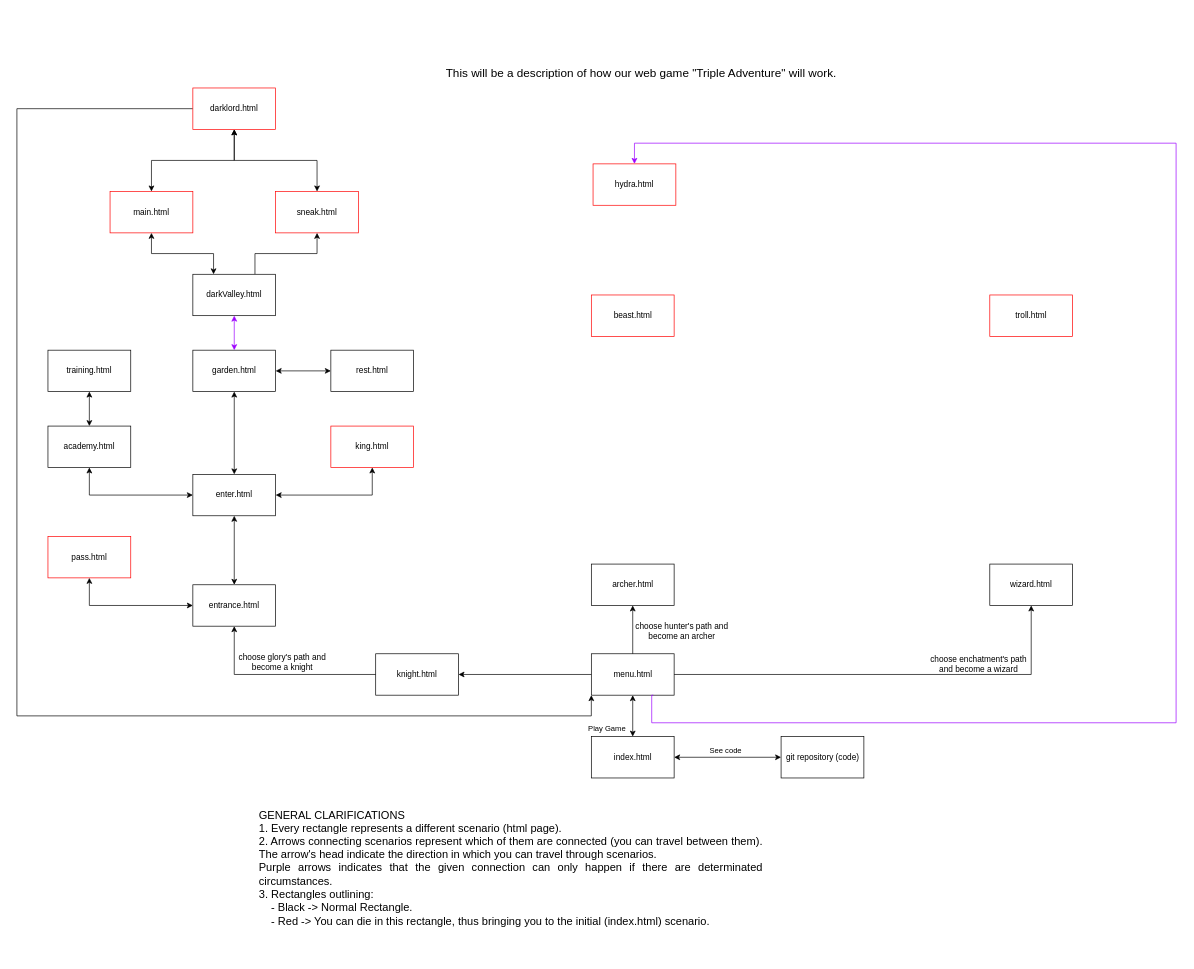
Earlier version of the draw.io diagram Diagram/GameDiagram.drawio (Enrikkk/CSCI-4208---Developing-Advanced-Web-Applications). Source tidied: cells renumbered, new cells numbered last; positions are measured from the earlier drawing's top-left corner, leaving out a move shared by most shapes. Both pictures are drawn from the tidied source at 69%, with x=0, y=0 at pixel (17, 53).
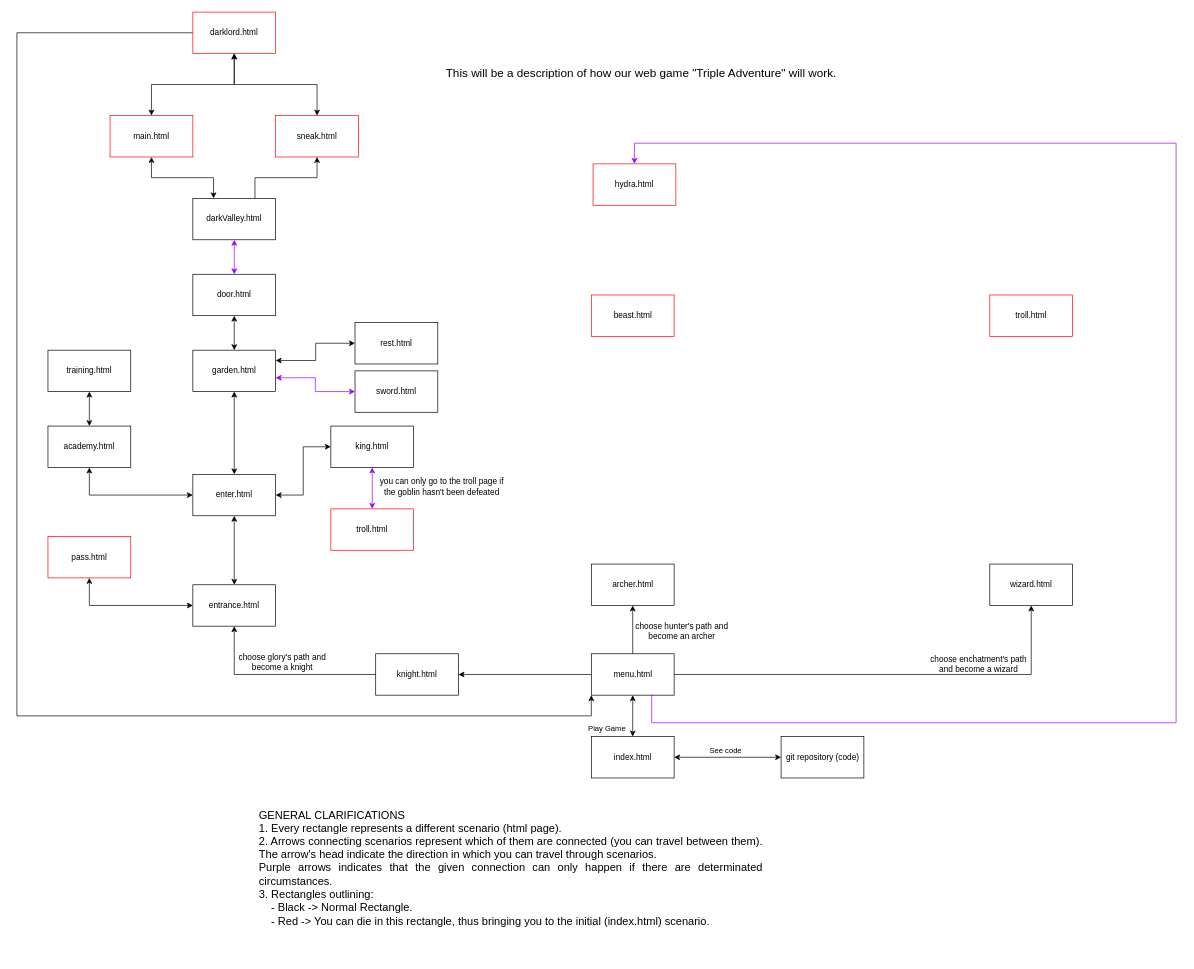
The same page after the edit.

The change refers to these unchanged cells:
```xml
<mxCell id="7" value="menu.html" style="rounded=0;whiteSpace=wrap;html=1;" parent="1" vertex="1">
  <mxGeometry x="832.5" y="870" width="120" height="60" as="geometry" />
</mxCell>
<mxCell id="10" value="enter.html" style="rounded=0;whiteSpace=wrap;html=1;" parent="1" vertex="1">
  <mxGeometry x="255" y="610" width="120" height="60" as="geometry" />
</mxCell>
<mxCell id="25" value="garden.html" style="rounded=0;whiteSpace=wrap;html=1;" parent="1" vertex="1">
  <mxGeometry x="255" y="430" width="120" height="60" as="geometry" />
</mxCell>
```

The edit, as a diff of the source:
```diff
@@
     <mxCell id="18" style="edgeStyle=orthogonalEdgeStyle;rounded=0;jettySize=auto;html=1;exitX=0;exitY=0.5;exitDx=0;exitDy=0;entryX=0;entryY=1;entryDx=0;entryDy=0;strokeColor=#000000;" parent="1" edge="1" source="19" target="7">
       <mxGeometry relative="1" as="geometry">
         <Array as="points">
-          <mxPoint y="80" />
+          <mxPoint y="-30" />
           <mxPoint y="960" />
-          <mxPoint x="833" y="960" />
+          <mxPoint x="832" y="960" />
         </Array>
       </mxGeometry>
     </mxCell>
     <mxCell id="19" value="darklord.html" style="rounded=0;whiteSpace=wrap;html=1;strokeColor=#FF0000;" parent="1" vertex="1">
-      <mxGeometry x="255" y="50" width="120" height="60" as="geometry" />
+      <mxGeometry x="255" y="-60" width="120" height="60" as="geometry" />
     </mxCell>
@@
+    <mxCell id="50" style="edgeStyle=orthogonalEdgeStyle;rounded=0;jettySize=auto;html=1;entryX=0.5;entryY=0;entryDx=0;entryDy=0;startArrow=classic;startFill=1;strokeColor=#9D00FF;exitX=0.5;exitY=1;exitDx=0;exitDy=0;" parent="1" edge="1" source="26" target="55">
+      <mxGeometry relative="1" as="geometry" />
+    </mxCell>
-    <mxCell id="26" value="king.html" style="rounded=0;whiteSpace=wrap;html=1;strokeColor=#FF0000;" parent="1" vertex="1">
+    <mxCell id="26" value="king.html" style="rounded=0;whiteSpace=wrap;html=1;strokeColor=#000000;" parent="1" vertex="1">
       <mxGeometry x="455" y="540" width="120" height="60" as="geometry" />
     </mxCell>
     <mxCell id="27" value="main.html" style="rounded=0;whiteSpace=wrap;html=1;strokeColor=#FF0000;" parent="1" vertex="1">
-      <mxGeometry x="135" y="200" width="120" height="60" as="geometry" />
+      <mxGeometry x="135" y="90" width="120" height="60" as="geometry" />
     </mxCell>
@@
-    <mxCell id="29" style="endArrow=classic;startArrow=classic;html=1;rounded=0;entryX=0.5;entryY=1;entryDx=0;entryDy=0;exitX=1;exitY=0.5;exitDx=0;exitDy=0;edgeStyle=orthogonalEdgeStyle;" parent="1" edge="1" source="10" target="26">
+    <mxCell id="29" style="endArrow=classic;startArrow=classic;html=1;rounded=0;entryX=0;entryY=0.5;entryDx=0;entryDy=0;exitX=1;exitY=0.5;exitDx=0;exitDy=0;edgeStyle=orthogonalEdgeStyle;" parent="1" edge="1" source="10" target="26">
       <mxGeometry relative="1" as="geometry" />
     </mxCell>
@@
     <mxCell id="32" value="sneak.html" style="rounded=0;whiteSpace=wrap;html=1;strokeColor=#FF0000;" parent="1" vertex="1">
-      <mxGeometry x="375" y="200" width="120" height="60" as="geometry" />
+      <mxGeometry x="375" y="90" width="120" height="60" as="geometry" />
     </mxCell>
@@
-    <mxCell id="46" style="edgeStyle=orthogonalEdgeStyle;rounded=0;jettySize=auto;html=1;exitX=1;exitY=0.5;exitDx=0;exitDy=0;entryX=0;entryY=0.5;entryDx=0;entryDy=0;startArrow=classic;startFill=1;" parent="1" edge="1" source="25" target="49">
-      <mxGeometry relative="1" as="geometry" />
+    <mxCell id="46" style="edgeStyle=orthogonalEdgeStyle;rounded=0;jettySize=auto;html=1;entryX=0;entryY=0.5;entryDx=0;entryDy=0;startArrow=classic;startFill=1;exitX=1;exitY=0.25;exitDx=0;exitDy=0;" parent="1" edge="1" source="25" target="49">
+      <mxGeometry relative="1" as="geometry">
+        <Array as="points">
+          <mxPoint x="433" y="445" />
+          <mxPoint x="433" y="420" />
+        </Array>
+      </mxGeometry>
     </mxCell>
     <mxCell id="47" value="darkValley.html" style="rounded=0;whiteSpace=wrap;html=1;" parent="1" vertex="1">
-      <mxGeometry x="255" y="320" width="120" height="60" as="geometry" />
+      <mxGeometry x="255" y="210" width="120" height="60" as="geometry" />
     </mxCell>
-    <mxCell id="48" style="endArrow=classic;startArrow=classic;html=1;rounded=0;entryX=0.5;entryY=1;entryDx=0;entryDy=0;exitX=0.5;exitY=0;exitDx=0;exitDy=0;strokeColor=#9D00FF;" parent="1" edge="1" source="25" target="47">
+    <mxCell id="48" style="endArrow=classic;startArrow=classic;html=1;rounded=0;strokeColor=#9D00FF;entryX=0.5;entryY=1;entryDx=0;entryDy=0;exitX=0.5;exitY=0;exitDx=0;exitDy=0;" parent="1" edge="1" source="53" target="47">
       <mxGeometry relative="1" as="geometry" />
     </mxCell>
     <mxCell id="49" value="rest.html" style="rounded=0;whiteSpace=wrap;html=1;" parent="1" vertex="1">
-      <mxGeometry x="455" y="430" width="120" height="60" as="geometry" />
+      <mxGeometry x="490" y="390" width="120" height="60" as="geometry" />
     </mxCell>
+    <mxCell id="51" value="sword.html" style="rounded=0;whiteSpace=wrap;html=1;" parent="1" vertex="1">
+      <mxGeometry x="490" y="460" width="120" height="60" as="geometry" />
+    </mxCell>
+    <mxCell id="52" style="endArrow=classic;startArrow=classic;html=1;rounded=0;entryX=0;entryY=0.5;entryDx=0;entryDy=0;exitX=1;exitY=0.667;exitDx=0;exitDy=0;edgeStyle=orthogonalEdgeStyle;exitPerimeter=0;strokeColor=#9D00FF;" parent="1" edge="1" source="25" target="51">
+      <mxGeometry relative="1" as="geometry" />
+    </mxCell>
+    <mxCell id="53" value="door.html" style="rounded=0;whiteSpace=wrap;html=1;" parent="1" vertex="1">
+      <mxGeometry x="255" y="320" width="120" height="60" as="geometry" />
+    </mxCell>
+    <mxCell id="54" style="endArrow=classic;startArrow=classic;html=1;rounded=0;entryX=0.5;entryY=1;entryDx=0;entryDy=0;exitX=0.5;exitY=0;exitDx=0;exitDy=0;" parent="1" edge="1" source="25" target="53">
+      <mxGeometry relative="1" as="geometry" />
+    </mxCell>
+    <mxCell id="55" value="troll.html" style="rounded=0;whiteSpace=wrap;html=1;strokeColor=#FF0000;" parent="1" vertex="1">
+      <mxGeometry x="455" y="660" width="120" height="60" as="geometry" />
+    </mxCell>
+    <mxCell id="56" value="you can only go to the troll page if the goblin hasn't been defeated" style="text;html=1;align=center;verticalAlign=middle;whiteSpace=wrap;rounded=0;" parent="1" vertex="1">
+      <mxGeometry x="521" y="623" width="190" height="10" as="geometry" />
+    </mxCell>
```
